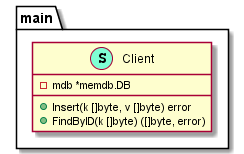
The PlantUML diagram doc/00-oop.png in chvois1/ioc-go, before a commit.
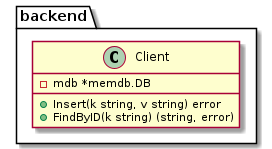
Above is the later version.

What changed in the source:
```diff
@@ -1,13 +1,10 @@
-@startuml
-namespace main {
-    class Client << (S,Aquamarine) >> {
-        - mdb *memdb.DB
+@startuml 00-oop
+namespace backend {
 
-        + Insert(k []byte, v []byte) error
-        + FindByID(k []byte) ([]byte, error)
-
-    }
+  class Client  {
+    - mdb *memdb.DB
+    + Insert(k string, v string) error
+    + FindByID(k string) (string, error)
+  }
 }
-
-
 @enduml
```
